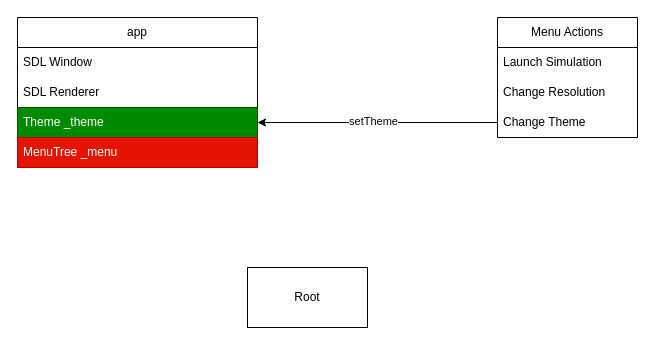
avdplassche/avdp_SimEngine keeps this draw.io diagram as doc/project_flowchart.drawio. Above is the earlier version. Source tidied: cells renumbered, new cells numbered last; positions are measured from the earlier drawing's top-left corner, leaving out a move shared by most shapes. Both pictures are drawn from the tidied source at 100%, with x=0, y=0 at pixel (17, 17).
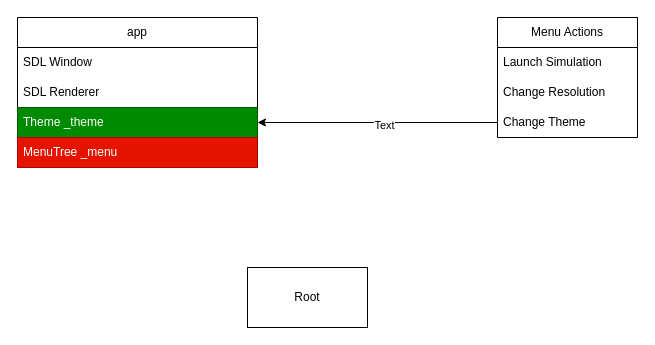
Above is the later version.

The edit, as a diff of the source:
```diff
@@
 <mxGraphModel>
   <root>
     <mxCell id="0" />
     <mxCell id="1" parent="0" />
     <mxCell id="2" value="app" style="swimlane;fontStyle=0;horizontal=1;startSize=30;whiteSpace=wrap;html=1;" parent="1" vertex="1">
       <mxGeometry width="240" height="150" as="geometry" />
     </mxCell>
     <mxCell id="3" value="SDL Window" style="text;strokeColor=none;fillColor=none;align=left;verticalAlign=middle;spacingLeft=4;spacingRight=4;overflow=hidden;whiteSpace=wrap;html=1;" parent="2" vertex="1">
       <mxGeometry y="30" width="240" height="30" as="geometry" />
     </mxCell>
     <mxCell id="4" value="SDL Renderer" style="text;strokeColor=none;fillColor=none;align=left;verticalAlign=middle;spacingLeft=4;spacingRight=4;overflow=hidden;whiteSpace=wrap;html=1;" parent="2" vertex="1">
       <mxGeometry y="60" width="240" height="30" as="geometry" />
     </mxCell>
     <mxCell id="5" value="Theme _theme" style="text;strokeColor=#005700;fillColor=#008a00;align=left;verticalAlign=middle;spacingLeft=4;spacingRight=4;overflow=hidden;points=[[0,0.5],[1,0.5]];portConstraint=eastwest;whiteSpace=wrap;html=1;fontColor=#ffffff;" parent="2" vertex="1">
       <mxGeometry y="90" width="240" height="30" as="geometry" />
     </mxCell>
     <mxCell id="6" value="MenuTree _menu" style="text;strokeColor=#B20000;fillColor=#e51400;align=left;verticalAlign=middle;spacingLeft=4;spacingRight=4;overflow=hidden;whiteSpace=wrap;html=1;fontColor=#ffffff;" parent="2" vertex="1">
       <mxGeometry y="120" width="240" height="30" as="geometry" />
     </mxCell>
     <mxCell id="7" value="Menu Actions" style="swimlane;fontStyle=0;horizontal=1;startSize=30;whiteSpace=wrap;html=1;" parent="1" vertex="1">
       <mxGeometry x="480" width="140" height="120" as="geometry" />
     </mxCell>
     <mxCell id="8" value="Launch Simulation" style="text;strokeColor=none;fillColor=none;align=left;verticalAlign=middle;spacingLeft=4;spacingRight=4;overflow=hidden;whiteSpace=wrap;html=1;" parent="7" vertex="1">
       <mxGeometry y="30" width="140" height="30" as="geometry" />
     </mxCell>
     <mxCell id="9" value="Change Resolution" style="text;strokeColor=none;fillColor=none;align=left;verticalAlign=middle;spacingLeft=4;spacingRight=4;overflow=hidden;whiteSpace=wrap;html=1;" parent="7" vertex="1">
       <mxGeometry y="60" width="140" height="30" as="geometry" />
     </mxCell>
     <mxCell id="10" value="Change Theme" style="text;strokeColor=none;fillColor=none;align=left;verticalAlign=middle;spacingLeft=4;spacingRight=4;overflow=hidden;points=[[0,0.5],[1,0.5]];portConstraint=eastwest;whiteSpace=wrap;html=1;" parent="7" vertex="1">
       <mxGeometry y="90" width="140" height="30" as="geometry" />
     </mxCell>
     <mxCell id="11" style="edgeStyle=orthogonalEdgeStyle;rounded=0;jettySize=auto;html=1;entryX=1;entryY=0.5;entryDx=0;entryDy=0;" parent="1" edge="1" source="10" target="5">
       <mxGeometry relative="1" as="geometry" />
     </mxCell>
-    <mxCell id="12" value="setTheme" style="edgeLabel;html=1;align=center;verticalAlign=middle;" parent="11" vertex="1">
-      <mxGeometry x="0.04" y="-2" relative="1" as="geometry" />
-    </mxCell>
+    <mxCell id="14" value="Text" style="edgeLabel;html=1;align=center;verticalAlign=middle;" parent="11" vertex="1">
+      <mxGeometry x="-0.05" y="2" relative="1" as="geometry" />
+    </mxCell>
     <mxCell id="13" value="Root" style="whiteSpace=wrap;html=1;" parent="1" vertex="1">
       <mxGeometry x="230" y="250" width="120" height="60" as="geometry" />
     </mxCell>
   </root>
 </mxGraphModel>
```
